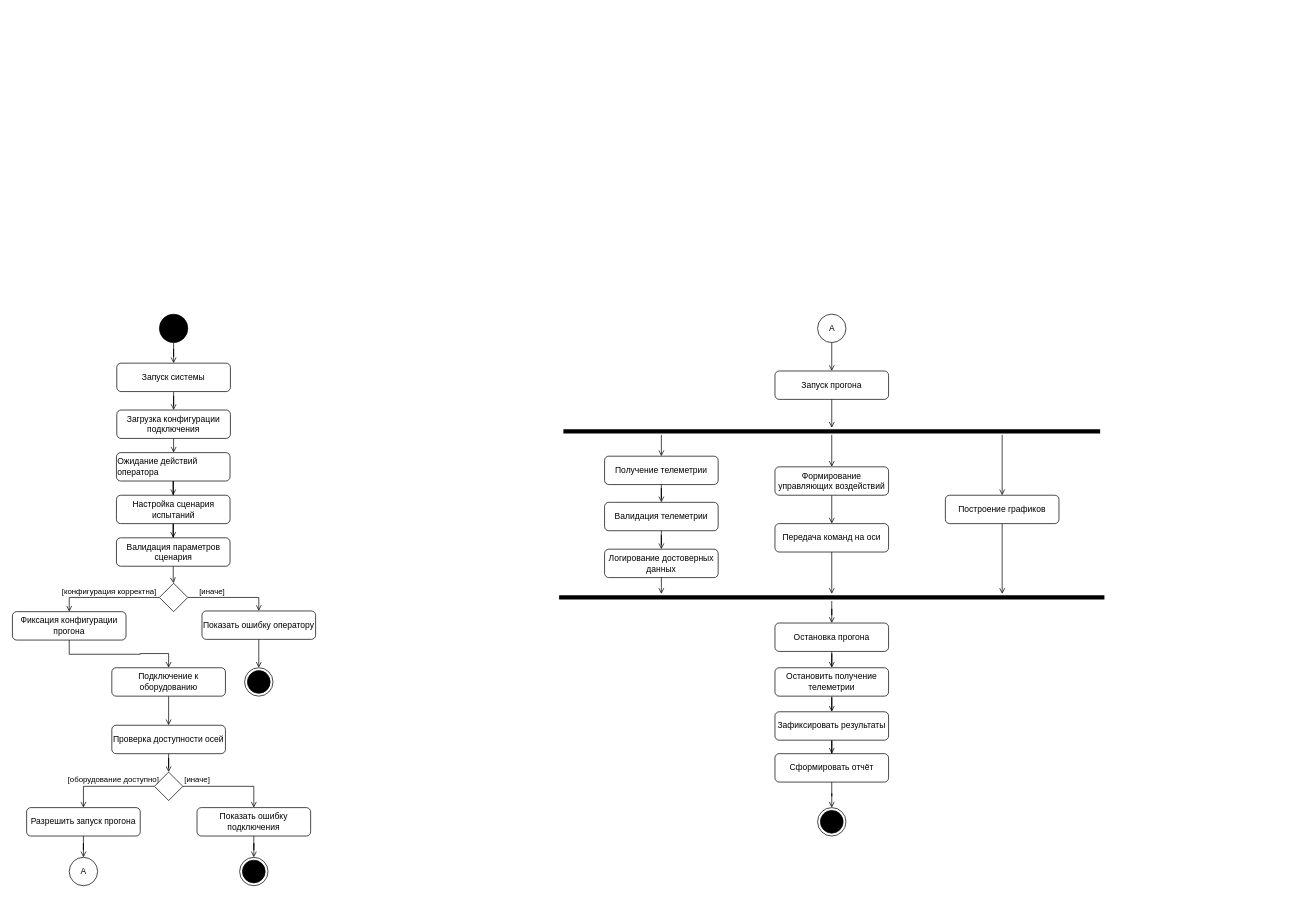
The draw.io diagram page "ДА - старт системы" (2 of 7) of docs/developer/diagrams/analytics-artifacts.drawio in TarkWight/uas-test-system, before the edit. Source tidied: cells renumbered, new cells numbered last; positions are measured from the earlier drawing's top-left corner, leaving out a move shared by most shapes. Both pictures are drawn from the tidied source at 71%, with x=0, y=0 at pixel (12, 314).
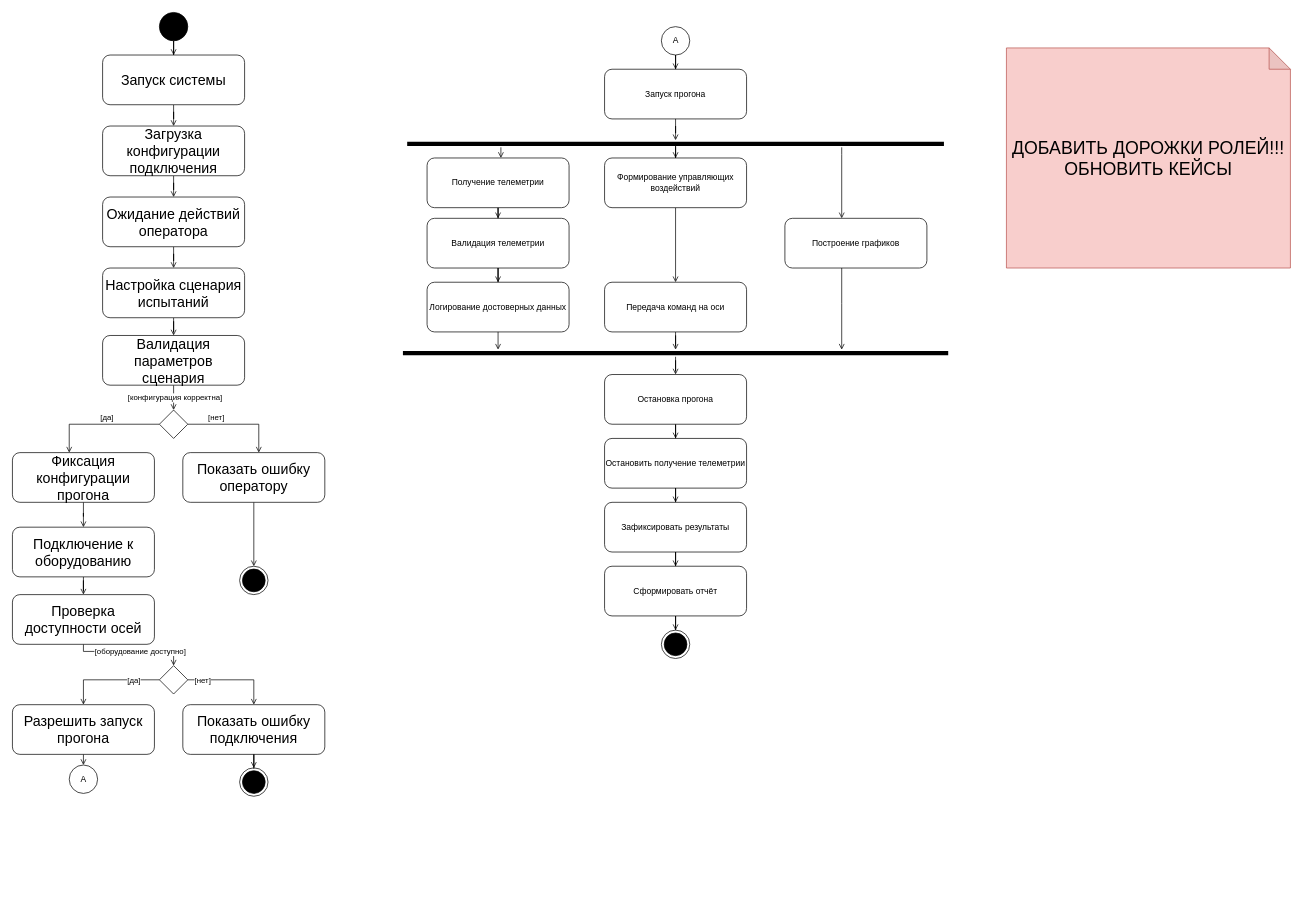
Above is the later version.

Unchanged cells that the change refers to:
```xml
<mxCell id="16" style="edgeStyle=orthogonalEdgeStyle;rounded=0;jettySize=auto;html=1;endArrow=open;endFill=0;" parent="1" edge="1" source="17" target="22">
  <mxGeometry relative="1" as="geometry" />
</mxCell>
```

The edit, as a diff of the source:
```diff
@@
     <mxCell id="3" style="ellipse;fillColor=strokeColor;html=1;" parent="1" vertex="1">
-      <mxGeometry x="207" width="40" height="40" as="geometry" />
+      <mxGeometry x="207" y="-425" width="40" height="40" as="geometry" />
     </mxCell>
     <mxCell id="4" style="ellipse;html=1;shape=endState;fillColor=strokeColor;" parent="1" vertex="1">
-      <mxGeometry x="320" y="765" width="40" height="40" as="geometry" />
+      <mxGeometry x="320" y="639" width="40" height="40" as="geometry" />
     </mxCell>
     <mxCell id="5" value="A" style="ellipse;html=1;" parent="1" vertex="1">
-      <mxGeometry x="80" y="765" width="40" height="40" as="geometry" />
+      <mxGeometry x="80" y="635" width="40" height="40" as="geometry" />
     </mxCell>
@@
     <mxCell id="7" value="A" style="ellipse;html=1;" parent="1" vertex="1">
-      <mxGeometry x="1134" width="40" height="40" as="geometry" />
+      <mxGeometry x="914" y="-405" width="40" height="40" as="geometry" />
     </mxCell>
@@
-    <mxCell id="9" value="&lt;div style=&quot;text-align: left;&quot;&gt;Запуск системы&lt;/div&gt;" style="rounded=1;whiteSpace=wrap;html=1;" parent="1" vertex="1">
-      <mxGeometry x="147" y="69" width="160" height="40" as="geometry" />
+    <mxCell id="9" value="&lt;div style=&quot;&quot;&gt;Запуск системы&lt;/div&gt;" style="rounded=1;whiteSpace=wrap;html=1;fontSize=20;align=center;" parent="1" vertex="1">
+      <mxGeometry x="127" y="-365" width="200" height="70" as="geometry" />
     </mxCell>
@@
-    <mxCell id="11" value="&lt;div style=&quot;&quot;&gt;Загрузка конфигурации подключения&lt;/div&gt;" style="rounded=1;whiteSpace=wrap;html=1;align=center;" parent="1" vertex="1">
-      <mxGeometry x="147" y="135" width="160" height="40" as="geometry" />
+    <mxCell id="11" value="&lt;div&gt;Загрузка конфигурации подключения&lt;/div&gt;" style="rounded=1;whiteSpace=wrap;html=1;align=center;fontSize=20;" parent="1" vertex="1">
+      <mxGeometry x="127" y="-265" width="200" height="70" as="geometry" />
     </mxCell>
@@
-    <mxCell id="13" value="&lt;div style=&quot;text-align: left;&quot;&gt;Ожидание действий оператора&lt;/div&gt;" style="rounded=1;whiteSpace=wrap;html=1;" parent="1" vertex="1">
-      <mxGeometry x="146.5" y="195" width="160" height="40" as="geometry" />
+    <mxCell id="13" value="&lt;div style=&quot;&quot;&gt;Ожидание действий оператора&lt;/div&gt;" style="rounded=1;whiteSpace=wrap;html=1;fontSize=20;align=center;" parent="1" vertex="1">
+      <mxGeometry x="127" y="-165" width="200" height="70" as="geometry" />
     </mxCell>
@@
-    <mxCell id="15" value="&lt;div style=&quot;&quot;&gt;Настройка сценария испытаний&lt;/div&gt;" style="rounded=1;whiteSpace=wrap;html=1;align=center;" parent="1" vertex="1">
-      <mxGeometry x="146.5" y="255" width="160" height="40" as="geometry" />
+    <mxCell id="15" value="&lt;div&gt;Настройка сценария испытаний&lt;/div&gt;" style="rounded=1;whiteSpace=wrap;html=1;align=center;fontSize=20;" parent="1" vertex="1">
+      <mxGeometry x="127" y="-65" width="200" height="70" as="geometry" />
     </mxCell>
@@
+    <mxCell id="70" value="[конфигурация корректна]" style="edgeLabel;html=1;align=center;verticalAlign=middle;" parent="16" vertex="1">
+      <mxGeometry x="-0.25" y="1" relative="1" as="geometry" />
+    </mxCell>
-    <mxCell id="17" value="&lt;div style=&quot;&quot;&gt;Валидация параметров сценария&lt;/div&gt;" style="rounded=1;whiteSpace=wrap;html=1;align=center;" parent="1" vertex="1">
-      <mxGeometry x="146.5" y="315" width="160" height="40" as="geometry" />
+    <mxCell id="17" value="&lt;div&gt;Валидация параметров сценария&lt;/div&gt;" style="rounded=1;whiteSpace=wrap;html=1;align=center;fontSize=20;" parent="1" vertex="1">
+      <mxGeometry x="127" y="30" width="200" height="70" as="geometry" />
     </mxCell>
     <mxCell id="18" style="edgeStyle=orthogonalEdgeStyle;rounded=0;jettySize=auto;html=1;endArrow=open;endFill=0;" parent="1" edge="1" source="22" target="26">
       <mxGeometry relative="1" as="geometry">
         <Array as="points">
-          <mxPoint x="347" y="399" />
+          <mxPoint x="347" y="155" />
         </Array>
       </mxGeometry>
     </mxCell>
-    <mxCell id="19" value="[иначе]" style="edgeLabel;html=1;align=center;verticalAlign=middle;" parent="18" vertex="1">
+    <mxCell id="19" value="[нет]" style="edgeLabel;html=1;align=center;verticalAlign=middle;" parent="18" vertex="1">
       <mxGeometry x="-0.45" y="1" relative="1" as="geometry">
         <mxPoint y="-9" as="offset" />
       </mxGeometry>
     </mxCell>
     <mxCell id="20" style="edgeStyle=orthogonalEdgeStyle;rounded=0;jettySize=auto;html=1;endArrow=open;endFill=0;" parent="1" edge="1" source="22" target="24">
       <mxGeometry relative="1" as="geometry">
         <Array as="points">
-          <mxPoint x="80" y="399" />
+          <mxPoint x="80" y="155" />
         </Array>
       </mxGeometry>
     </mxCell>
-    <mxCell id="21" value="[конфигурация корректна]" style="edgeLabel;html=1;align=center;verticalAlign=middle;" parent="20" vertex="1">
+    <mxCell id="21" value="[да]" style="edgeLabel;html=1;align=center;verticalAlign=middle;" parent="20" vertex="1">
       <mxGeometry x="-0.66" y="-2" relative="1" as="geometry">
         <mxPoint x="-47" y="-8" as="offset" />
       </mxGeometry>
     </mxCell>
     <mxCell id="22" style="rhombus;" parent="1" vertex="1">
-      <mxGeometry x="207" y="379" width="40" height="40" as="geometry" />
+      <mxGeometry x="207" y="135" width="40" height="40" as="geometry" />
     </mxCell>
@@
-    <mxCell id="24" value="&lt;div style=&quot;&quot;&gt;Фиксация конфигурации прогона&lt;/div&gt;" style="rounded=1;whiteSpace=wrap;html=1;align=center;" parent="1" vertex="1">
-      <mxGeometry y="419" width="160" height="40" as="geometry" />
+    <mxCell id="24" value="&lt;div&gt;Фиксация конфигурации прогона&lt;/div&gt;" style="rounded=1;whiteSpace=wrap;html=1;align=center;fontSize=20;" parent="1" vertex="1">
+      <mxGeometry y="195" width="200" height="70" as="geometry" />
     </mxCell>
@@
-    <mxCell id="26" value="&lt;div style=&quot;&quot;&gt;Показать ошибку оператору&lt;/div&gt;" style="rounded=1;whiteSpace=wrap;html=1;align=center;" parent="1" vertex="1">
-      <mxGeometry x="267" y="418" width="160" height="40" as="geometry" />
+    <mxCell id="26" value="&lt;div&gt;Показать ошибку оператору&lt;/div&gt;" style="rounded=1;whiteSpace=wrap;html=1;align=center;fontSize=20;" parent="1" vertex="1">
+      <mxGeometry x="240" y="195" width="200" height="70" as="geometry" />
     </mxCell>
     <mxCell id="27" style="ellipse;html=1;shape=endState;fillColor=strokeColor;" parent="1" vertex="1">
-      <mxGeometry x="327" y="498" width="40" height="40" as="geometry" />
+      <mxGeometry x="320" y="355" width="40" height="40" as="geometry" />
     </mxCell>
@@
-    <mxCell id="29" value="&lt;div style=&quot;&quot;&gt;Подключение к оборудованию&lt;/div&gt;" style="rounded=1;whiteSpace=wrap;html=1;align=center;" parent="1" vertex="1">
-      <mxGeometry x="140" y="498" width="160" height="40" as="geometry" />
+    <mxCell id="29" value="&lt;div&gt;Подключение к оборудованию&lt;/div&gt;" style="rounded=1;whiteSpace=wrap;html=1;align=center;fontSize=20;" parent="1" vertex="1">
+      <mxGeometry y="300" width="200" height="70" as="geometry" />
     </mxCell>
     <mxCell id="30" style="edgeStyle=orthogonalEdgeStyle;rounded=0;jettySize=auto;html=1;endArrow=open;endFill=0;" parent="1" edge="1" source="31" target="36">
-      <mxGeometry relative="1" as="geometry" />
+      <mxGeometry relative="1" as="geometry">
+        <Array as="points">
+          <mxPoint x="100" y="475" />
+          <mxPoint x="227" y="475" />
+        </Array>
+      </mxGeometry>
     </mxCell>
+    <mxCell id="35" value="[оборудование доступно]" style="edgeLabel;html=1;align=center;verticalAlign=middle;" parent="30" vertex="1">
+      <mxGeometry x="0.13" y="1" relative="1" as="geometry" />
+    </mxCell>
-    <mxCell id="31" value="&lt;div style=&quot;&quot;&gt;Проверка доступности осей&lt;/div&gt;" style="rounded=1;whiteSpace=wrap;html=1;align=center;" parent="1" vertex="1">
-      <mxGeometry x="140" y="579" width="160" height="40" as="geometry" />
+    <mxCell id="31" value="&lt;div&gt;Проверка доступности осей&lt;/div&gt;" style="rounded=1;whiteSpace=wrap;html=1;align=center;fontSize=20;" parent="1" vertex="1">
+      <mxGeometry y="395" width="200" height="70" as="geometry" />
     </mxCell>
     <mxCell id="32" style="edgeStyle=orthogonalEdgeStyle;rounded=0;jettySize=auto;html=1;endArrow=open;endFill=0;" parent="1" edge="1" source="36" target="38">
-      <mxGeometry relative="1" as="geometry" />
+      <mxGeometry relative="1" as="geometry">
+        <Array as="points">
+          <mxPoint x="340" y="515" />
+        </Array>
+      </mxGeometry>
     </mxCell>
-    <mxCell id="33" value="[иначе]" style="edgeLabel;html=1;align=center;verticalAlign=middle;" parent="32" vertex="1">
+    <mxCell id="33" value="[нет]" style="edgeLabel;html=1;align=center;verticalAlign=middle;" parent="32" vertex="1">
       <mxGeometry x="-0.71" y="-1" relative="1" as="geometry">
-        <mxPoint y="-11" as="offset" />
+        <mxPoint x="1" y="-1" as="offset" />
       </mxGeometry>
     </mxCell>
     <mxCell id="34" style="edgeStyle=orthogonalEdgeStyle;rounded=0;jettySize=auto;html=1;endArrow=open;endFill=0;" parent="1" edge="1" source="36" target="40">
-      <mxGeometry relative="1" as="geometry" />
+      <mxGeometry relative="1" as="geometry">
+        <Array as="points">
+          <mxPoint x="100" y="515" />
+        </Array>
+      </mxGeometry>
     </mxCell>
-    <mxCell id="35" value="[оборудование доступно]" style="edgeLabel;html=1;align=center;verticalAlign=middle;" parent="34" vertex="1">
-      <mxGeometry x="-0.37" y="-1" relative="1" as="geometry">
-        <mxPoint x="-18" y="-9" as="offset" />
-      </mxGeometry>
-    </mxCell>
+    <mxCell id="71" value="[да]" style="edgeLabel;html=1;align=center;verticalAlign=middle;" parent="34" vertex="1">
+      <mxGeometry x="-0.48" relative="1" as="geometry" />
+    </mxCell>
     <mxCell id="36" style="rhombus;" parent="1" vertex="1">
-      <mxGeometry x="200" y="645" width="40" height="40" as="geometry" />
+      <mxGeometry x="207" y="495" width="40" height="40" as="geometry" />
     </mxCell>
@@
-    <mxCell id="38" value="&lt;div style=&quot;&quot;&gt;Показать ошибку подключения&lt;/div&gt;" style="rounded=1;whiteSpace=wrap;html=1;align=center;" parent="1" vertex="1">
-      <mxGeometry x="260" y="695" width="160" height="40" as="geometry" />
+    <mxCell id="38" value="&lt;div&gt;Показать ошибку подключения&lt;/div&gt;" style="rounded=1;whiteSpace=wrap;html=1;align=center;fontSize=20;" parent="1" vertex="1">
+      <mxGeometry x="240" y="550" width="200" height="70" as="geometry" />
     </mxCell>
     <mxCell id="39" style="edgeStyle=orthogonalEdgeStyle;rounded=0;jettySize=auto;html=1;endArrow=open;endFill=0;" parent="1" edge="1" source="40" target="5">
-      <mxGeometry relative="1" as="geometry" />
+      <mxGeometry relative="1" as="geometry">
+        <Array as="points">
+          <mxPoint x="100" y="625" />
+          <mxPoint x="100" y="625" />
+        </Array>
+      </mxGeometry>
     </mxCell>
-    <mxCell id="40" value="&lt;div style=&quot;text-align: left;&quot;&gt;Разрешить запуск прогона&lt;/div&gt;" style="rounded=1;whiteSpace=wrap;html=1;" parent="1" vertex="1">
-      <mxGeometry x="20" y="695" width="160" height="40" as="geometry" />
+    <mxCell id="40" value="&lt;div style=&quot;&quot;&gt;Разрешить запуск прогона&lt;/div&gt;" style="rounded=1;whiteSpace=wrap;html=1;fontSize=20;align=center;" parent="1" vertex="1">
+      <mxGeometry y="550" width="200" height="70" as="geometry" />
     </mxCell>
     <mxCell id="41" value="&lt;div style=&quot;text-align: left;&quot;&gt;Запуск прогона&lt;/div&gt;" style="rounded=1;whiteSpace=wrap;html=1;" parent="1" vertex="1">
-      <mxGeometry x="1074" y="80" width="160" height="40" as="geometry" />
+      <mxGeometry x="834" y="-345" width="200" height="70" as="geometry" />
     </mxCell>
@@
     <mxCell id="43" style="edgeStyle=orthogonalEdgeStyle;rounded=0;jettySize=auto;html=1;endArrow=open;endFill=0;" parent="1" edge="1" source="45" target="53">
       <mxGeometry relative="1" as="geometry">
         <Array as="points">
-          <mxPoint x="914" y="180" />
-          <mxPoint x="914" y="180" />
+          <mxPoint x="688" y="-225" />
+          <mxPoint x="688" y="-225" />
         </Array>
       </mxGeometry>
     </mxCell>
     <mxCell id="44" style="edgeStyle=orthogonalEdgeStyle;rounded=0;jettySize=auto;html=1;endArrow=open;endFill=0;" parent="1" edge="1" source="45" target="51">
       <mxGeometry relative="1" as="geometry">
         <Array as="points">
-          <mxPoint x="1394" y="180" />
-          <mxPoint x="1394" y="180" />
+          <mxPoint x="1168" y="-225" />
+          <mxPoint x="1168" y="-225" />
         </Array>
       </mxGeometry>
     </mxCell>
     <mxCell id="45" style="shape=line;html=1;strokeWidth=6;strokeColor=#000000;" parent="1" vertex="1">
-      <mxGeometry x="776" y="160" width="756" height="10" as="geometry" />
+      <mxGeometry x="556" y="-245" width="756" height="10" as="geometry" />
     </mxCell>
@@
     <mxCell id="47" value="&lt;div style=&quot;&quot;&gt;Формирование управляющих воздействий&lt;/div&gt;" style="rounded=1;whiteSpace=wrap;html=1;align=center;" parent="1" vertex="1">
-      <mxGeometry x="1074" y="215" width="160" height="40" as="geometry" />
+      <mxGeometry x="834" y="-220" width="200" height="70" as="geometry" />
     </mxCell>
@@
     <mxCell id="49" value="&lt;div style=&quot;text-align: left;&quot;&gt;Передача команд на оси&lt;/div&gt;" style="rounded=1;whiteSpace=wrap;html=1;" parent="1" vertex="1">
-      <mxGeometry x="1074" y="295" width="160" height="40" as="geometry" />
+      <mxGeometry x="834" y="-45" width="200" height="70" as="geometry" />
     </mxCell>
     <mxCell id="50" style="edgeStyle=orthogonalEdgeStyle;rounded=0;jettySize=auto;html=1;endArrow=open;endFill=0;" parent="1" edge="1" source="51" target="67">
       <mxGeometry relative="1" as="geometry">
         <Array as="points">
-          <mxPoint x="1394" y="390" />
-          <mxPoint x="1394" y="390" />
+          <mxPoint x="1168" y="-15" />
+          <mxPoint x="1168" y="-15" />
         </Array>
       </mxGeometry>
     </mxCell>
     <mxCell id="51" value="&lt;div style=&quot;text-align: left;&quot;&gt;Построение графиков&lt;/div&gt;" style="rounded=1;whiteSpace=wrap;html=1;" parent="1" vertex="1">
-      <mxGeometry x="1314" y="255" width="160" height="40" as="geometry" />
+      <mxGeometry x="1088" y="-135" width="200" height="70" as="geometry" />
     </mxCell>
@@
     <mxCell id="53" value="&lt;div style=&quot;text-align: left;&quot;&gt;Получение телеметрии&lt;/div&gt;" style="rounded=1;whiteSpace=wrap;html=1;" parent="1" vertex="1">
-      <mxGeometry x="834" y="200" width="160" height="40" as="geometry" />
+      <mxGeometry x="584" y="-220" width="200" height="70" as="geometry" />
     </mxCell>
@@
     <mxCell id="55" value="&lt;div style=&quot;text-align: left;&quot;&gt;&lt;span style=&quot;background-color: transparent; color: light-dark(rgb(0, 0, 0), rgb(255, 255, 255));&quot;&gt;В&lt;/span&gt;&lt;span style=&quot;background-color: transparent; text-align: center;&quot;&gt;алидация телеметрии&lt;/span&gt;&lt;/div&gt;" style="rounded=1;whiteSpace=wrap;html=1;" parent="1" vertex="1">
-      <mxGeometry x="834" y="265" width="160" height="40" as="geometry" />
+      <mxGeometry x="584" y="-135" width="200" height="70" as="geometry" />
     </mxCell>
     <mxCell id="56" value="&lt;div style=&quot;&quot;&gt;Логирование достоверных данных&lt;/div&gt;" style="rounded=1;whiteSpace=wrap;html=1;align=center;" parent="1" vertex="1">
-      <mxGeometry x="834" y="331" width="160" height="40" as="geometry" />
+      <mxGeometry x="584" y="-45" width="200" height="70" as="geometry" />
     </mxCell>
@@
     <mxCell id="58" value="&lt;div style=&quot;text-align: left;&quot;&gt;Остановка прогона&lt;/div&gt;" style="rounded=1;whiteSpace=wrap;html=1;" parent="1" vertex="1">
-      <mxGeometry x="1074" y="435" width="160" height="40" as="geometry" />
+      <mxGeometry x="834" y="85" width="200" height="70" as="geometry" />
     </mxCell>
@@
     <mxCell id="60" value="&lt;div style=&quot;&quot;&gt;Остановить получение телеметрии&lt;/div&gt;" style="rounded=1;whiteSpace=wrap;html=1;align=center;" parent="1" vertex="1">
-      <mxGeometry x="1074" y="498" width="160" height="40" as="geometry" />
+      <mxGeometry x="834" y="175" width="200" height="70" as="geometry" />
     </mxCell>
@@
     <mxCell id="62" value="Зафиксировать результаты" style="rounded=1;whiteSpace=wrap;html=1;" parent="1" vertex="1">
-      <mxGeometry x="1074" y="560" width="160" height="40" as="geometry" />
+      <mxGeometry x="834" y="265" width="200" height="70" as="geometry" />
     </mxCell>
@@
     <mxCell id="64" value="&lt;div style=&quot;text-align: left;&quot;&gt;Сформировать отчёт&lt;/div&gt;" style="rounded=1;whiteSpace=wrap;html=1;" parent="1" vertex="1">
-      <mxGeometry x="1074" y="619" width="160" height="40" as="geometry" />
+      <mxGeometry x="834" y="355" width="200" height="70" as="geometry" />
     </mxCell>
     <mxCell id="65" style="ellipse;html=1;shape=endState;fillColor=strokeColor;" parent="1" vertex="1">
-      <mxGeometry x="1134" y="695" width="40" height="40" as="geometry" />
+      <mxGeometry x="914" y="445" width="40" height="40" as="geometry" />
     </mxCell>
@@
     <mxCell id="67" style="shape=line;html=1;strokeWidth=6;strokeColor=#000000;" parent="1" vertex="1">
-      <mxGeometry x="770" y="394" width="768" height="10" as="geometry" />
+      <mxGeometry x="550" y="50" width="768" height="10" as="geometry" />
     </mxCell>
@@
     <mxCell id="69" style="edgeStyle=orthogonalEdgeStyle;rounded=0;jettySize=auto;html=1;endArrow=open;endFill=0;" parent="1" edge="1" source="56" target="67">
       <mxGeometry relative="1" as="geometry">
         <Array as="points">
-          <mxPoint x="914" y="385" />
-          <mxPoint x="914" y="385" />
+          <mxPoint x="688" y="-20" />
+          <mxPoint x="688" y="-20" />
         </Array>
       </mxGeometry>
     </mxCell>
+    <mxCell id="72" value="&lt;font style=&quot;font-size: 25px;&quot;&gt;ДОБАВИТЬ ДОРОЖКИ РОЛЕЙ!!!&lt;br&gt;ОБНОВИТЬ КЕЙСЫ&lt;/font&gt;" style="shape=note;whiteSpace=wrap;html=1;backgroundOutline=1;darkOpacity=0.05;fillColor=#f8cecc;strokeColor=#b85450;" parent="1" vertex="1">
+      <mxGeometry x="1400" y="-375" width="400" height="310" as="geometry" />
+    </mxCell>
```
